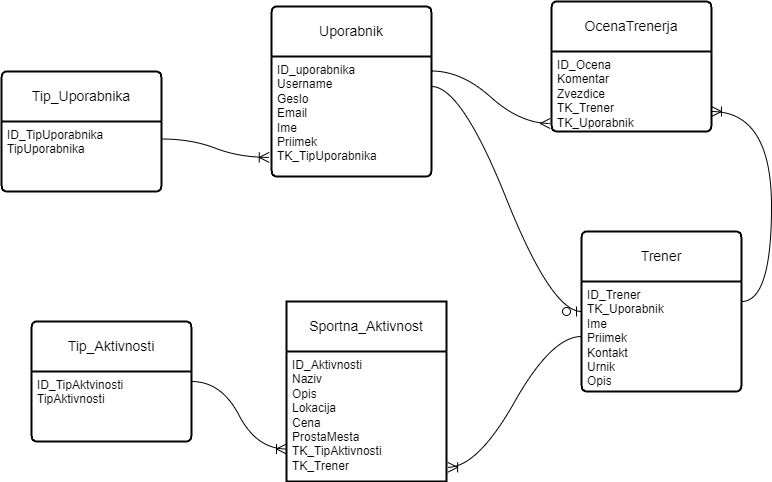
Alan-Labas/Sportaj.si keeps this draw.io diagram as ER/ER.drawio.png. Above is the earlier version. Source tidied: cells renumbered, new cells last; positions are measured from the earlier drawing's top-left corner, leaving out a move shared by most shapes.
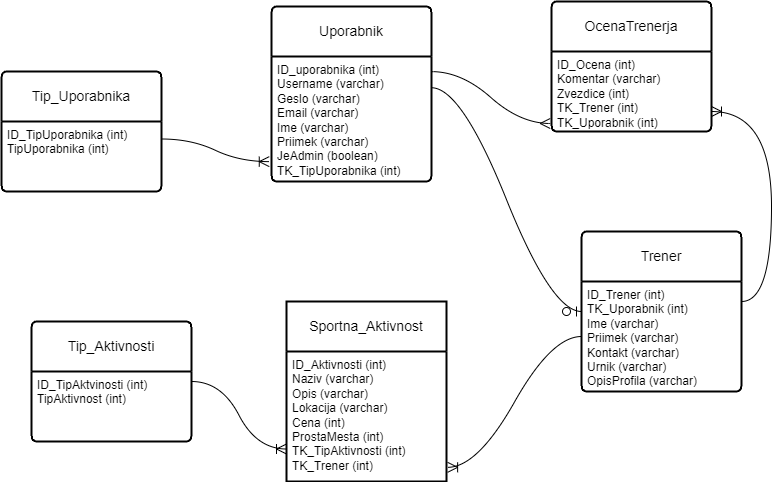
The same diagram one commit later.

Diff of the diagram source:
```diff
@@ -9,39 +9,39 @@
       <mxGeometry relative="1" as="geometry" />
     </mxCell>
     <mxCell id="4" value="Uporabnik" style="swimlane;horizontal=1;startSize=50;rounded=1;fontSize=14;fontStyle=0;strokeWidth=2;shadow=0;dashed=0;align=center;arcSize=4;whiteSpace=wrap;html=1;" parent="1" vertex="1">
-      <mxGeometry x="270" y="5" width="160" height="170" as="geometry" />
+      <mxGeometry x="270" y="5" width="160" height="175" as="geometry" />
     </mxCell>
-    <mxCell id="5" value="ID_uporabnika&lt;div&gt;Username&lt;/div&gt;&lt;div&gt;Geslo&lt;/div&gt;&lt;div&gt;Email&lt;/div&gt;&lt;div&gt;Ime&lt;/div&gt;&lt;div&gt;Priimek&lt;/div&gt;&lt;div&gt;TK_TipUporabnika&lt;/div&gt;" style="align=left;strokeColor=none;fillColor=none;spacingLeft=4;fontSize=12;verticalAlign=top;html=1;" parent="4" vertex="1">
-      <mxGeometry y="50" width="160" height="120" as="geometry" />
+    <mxCell id="5" value="ID_uporabnika (int)&lt;div&gt;Username (varchar)&lt;/div&gt;&lt;div&gt;&lt;span style=&quot;background-color: initial;&quot;&gt;Geslo&amp;nbsp;&lt;/span&gt;&lt;span style=&quot;background-color: initial;&quot;&gt;(varchar)&lt;/span&gt;&lt;/div&gt;&lt;div&gt;Email&amp;nbsp;&lt;span style=&quot;background-color: initial;&quot;&gt;(varchar)&lt;/span&gt;&lt;/div&gt;&lt;div&gt;Ime&amp;nbsp;&lt;span style=&quot;background-color: initial;&quot;&gt;(varchar)&lt;/span&gt;&lt;/div&gt;&lt;div&gt;Priimek&amp;nbsp;&lt;span style=&quot;background-color: initial;&quot;&gt;(varchar)&lt;/span&gt;&lt;/div&gt;&lt;div&gt;&lt;span style=&quot;background-color: initial;&quot;&gt;JeAdmin (boolean)&lt;/span&gt;&lt;/div&gt;&lt;div&gt;TK_TipUporabnika (int)&lt;/div&gt;" style="align=left;strokeColor=none;fillColor=none;spacingLeft=4;fontSize=12;verticalAlign=top;html=1;" parent="4" vertex="1">
+      <mxGeometry y="50" width="160" height="125" as="geometry" />
     </mxCell>
     <mxCell id="6" value="Sportna_Aktivnost" style="swimlane;horizontal=1;startSize=50;rounded=1;fontSize=14;fontStyle=0;strokeWidth=2;shadow=0;dashed=0;align=center;arcSize=0;whiteSpace=wrap;html=1;" parent="1" vertex="1">
       <mxGeometry x="285" y="300" width="160" height="180" as="geometry" />
     </mxCell>
-    <mxCell id="7" value="ID_Aktivnosti&lt;div&gt;Naziv&lt;/div&gt;&lt;div&gt;Opis&lt;/div&gt;&lt;div&gt;Lokacija&lt;/div&gt;&lt;div&gt;Cena&lt;/div&gt;&lt;div&gt;ProstaMesta&lt;/div&gt;&lt;div&gt;TK_TipAktivnosti&lt;/div&gt;&lt;div&gt;TK_Trener&lt;/div&gt;" style="align=left;strokeColor=none;fillColor=none;spacingLeft=4;fontSize=12;verticalAlign=top;html=1;" parent="6" vertex="1">
+    <mxCell id="7" value="ID_Aktivnosti (int)&lt;div&gt;Naziv&amp;nbsp;&lt;span style=&quot;background-color: initial;&quot;&gt;(varchar)&lt;/span&gt;&lt;/div&gt;&lt;div&gt;Opis&amp;nbsp;&lt;span style=&quot;background-color: initial;&quot;&gt;(varchar)&lt;/span&gt;&lt;/div&gt;&lt;div&gt;Lokacija&amp;nbsp;&lt;span style=&quot;background-color: initial;&quot;&gt;(varchar)&lt;/span&gt;&lt;/div&gt;&lt;div&gt;Cena (int)&lt;/div&gt;&lt;div&gt;ProstaMesta (int)&lt;/div&gt;&lt;div&gt;TK_TipAktivnosti (int)&lt;/div&gt;&lt;div&gt;TK_Trener (int)&lt;/div&gt;" style="align=left;strokeColor=none;fillColor=none;spacingLeft=4;fontSize=12;verticalAlign=top;html=1;" parent="6" vertex="1">
       <mxGeometry y="50" width="160" height="130" as="geometry" />
     </mxCell>
     <mxCell id="8" value="Tip_Uporabnika" style="swimlane;horizontal=1;startSize=50;rounded=1;fontSize=14;fontStyle=0;strokeWidth=2;shadow=0;dashed=0;align=center;arcSize=4;whiteSpace=wrap;html=1;" parent="1" vertex="1">
       <mxGeometry y="70" width="160" height="120" as="geometry" />
     </mxCell>
-    <mxCell id="9" value="ID_TipUporabnika&lt;div&gt;TipUporabnika&lt;/div&gt;" style="align=left;strokeColor=none;fillColor=none;spacingLeft=4;fontSize=12;verticalAlign=top;html=1;" parent="8" vertex="1">
+    <mxCell id="9" value="ID_TipUporabnika (int)&lt;div&gt;TipUporabnika (int)&lt;/div&gt;" style="align=left;strokeColor=none;fillColor=none;spacingLeft=4;fontSize=12;verticalAlign=top;html=1;" parent="8" vertex="1">
       <mxGeometry y="50" width="160" height="70" as="geometry" />
     </mxCell>
     <mxCell id="10" value="Tip_Aktivnosti" style="swimlane;horizontal=1;startSize=50;rounded=1;fontSize=14;fontStyle=0;strokeWidth=2;shadow=0;dashed=0;align=center;arcSize=4;whiteSpace=wrap;html=1;" parent="1" vertex="1">
       <mxGeometry x="30" y="320" width="160" height="120" as="geometry" />
     </mxCell>
-    <mxCell id="11" value="ID_TipAktvinosti&lt;div&gt;TipAktivnosti&lt;/div&gt;" style="align=left;strokeColor=none;fillColor=none;spacingLeft=4;fontSize=12;verticalAlign=top;html=1;" parent="10" vertex="1">
+    <mxCell id="11" value="ID_TipAktvinosti (int)&lt;div&gt;TipAktivnost (int)&lt;/div&gt;" style="align=left;strokeColor=none;fillColor=none;spacingLeft=4;fontSize=12;verticalAlign=top;html=1;" parent="10" vertex="1">
       <mxGeometry y="50" width="160" height="70" as="geometry" />
     </mxCell>
     <mxCell id="12" value="Trener" style="swimlane;horizontal=1;startSize=50;rounded=1;fontSize=14;fontStyle=0;strokeWidth=2;shadow=0;dashed=0;align=center;arcSize=4;whiteSpace=wrap;html=1;" parent="1" vertex="1">
       <mxGeometry x="580" y="230" width="160" height="160" as="geometry" />
     </mxCell>
-    <mxCell id="13" value="ID_Trener&lt;div&gt;TK_Uporabnik&lt;br&gt;&lt;div&gt;Ime&lt;/div&gt;&lt;div&gt;Priimek&lt;/div&gt;&lt;div&gt;Kontakt&lt;/div&gt;&lt;div&gt;Urnik&lt;/div&gt;&lt;div&gt;Opis&lt;/div&gt;&lt;div&gt;&lt;br&gt;&lt;/div&gt;&lt;div&gt;&lt;br&gt;&lt;/div&gt;&lt;/div&gt;" style="align=left;strokeColor=none;fillColor=none;spacingLeft=4;fontSize=12;verticalAlign=top;html=1;" parent="12" vertex="1">
+    <mxCell id="13" value="ID_Trener (int)&lt;div&gt;TK_Uporabnik (int)&lt;br&gt;&lt;div&gt;Ime&amp;nbsp;&lt;span style=&quot;background-color: initial;&quot;&gt;(varchar)&lt;/span&gt;&lt;/div&gt;&lt;div&gt;Priimek&amp;nbsp;&lt;span style=&quot;background-color: initial;&quot;&gt;(varchar)&lt;/span&gt;&lt;/div&gt;&lt;div&gt;Kontakt&amp;nbsp;&lt;span style=&quot;background-color: initial;&quot;&gt;(varchar)&lt;/span&gt;&lt;/div&gt;&lt;div&gt;Urnik&amp;nbsp;&lt;span style=&quot;background-color: initial;&quot;&gt;(varchar)&lt;/span&gt;&lt;/div&gt;&lt;div&gt;OpisProfila&amp;nbsp;&lt;span style=&quot;background-color: initial;&quot;&gt;(varchar)&lt;/span&gt;&lt;/div&gt;&lt;div&gt;&lt;br&gt;&lt;/div&gt;&lt;div&gt;&lt;br&gt;&lt;/div&gt;&lt;/div&gt;" style="align=left;strokeColor=none;fillColor=none;spacingLeft=4;fontSize=12;verticalAlign=top;html=1;" parent="12" vertex="1">
       <mxGeometry y="50" width="160" height="110" as="geometry" />
     </mxCell>
     <mxCell id="14" value="OcenaTrenerja" style="swimlane;horizontal=1;startSize=50;rounded=1;fontSize=14;fontStyle=0;strokeWidth=2;shadow=0;dashed=0;align=center;arcSize=4;whiteSpace=wrap;html=1;" parent="1" vertex="1">
       <mxGeometry x="550" width="160" height="130" as="geometry" />
     </mxCell>
-    <mxCell id="15" value="ID_Ocena&lt;div&gt;Komentar&lt;/div&gt;&lt;div&gt;Zvezdice&lt;/div&gt;&lt;div&gt;TK_Trener&lt;/div&gt;&lt;div&gt;TK_Uporabnik&lt;/div&gt;" style="align=left;strokeColor=none;fillColor=none;spacingLeft=4;fontSize=12;verticalAlign=top;html=1;" parent="14" vertex="1">
+    <mxCell id="15" value="ID_Ocena (int)&lt;div&gt;Komentar&amp;nbsp;&lt;span style=&quot;background-color: initial;&quot;&gt;(varchar)&lt;/span&gt;&lt;/div&gt;&lt;div&gt;Zvezdice (int)&lt;/div&gt;&lt;div&gt;TK_Trener (int)&lt;/div&gt;&lt;div&gt;TK_Uporabnik (int)&lt;/div&gt;" style="align=left;strokeColor=none;fillColor=none;spacingLeft=4;fontSize=12;verticalAlign=top;html=1;" parent="14" vertex="1">
       <mxGeometry y="50" width="160" height="80" as="geometry" />
     </mxCell>
     <mxCell id="16" style="edgeStyle=entityRelationEdgeStyle;fontSize=12;html=1;endArrow=ERoneToMany;rounded=0;startSize=8;endSize=8;curved=1;exitX=1;exitY=0.25;exitDx=0;exitDy=0;entryX=-0.014;entryY=0.841;entryDx=0;entryDy=0;entryPerimeter=0;" parent="1" edge="1" source="9" target="5">
```
